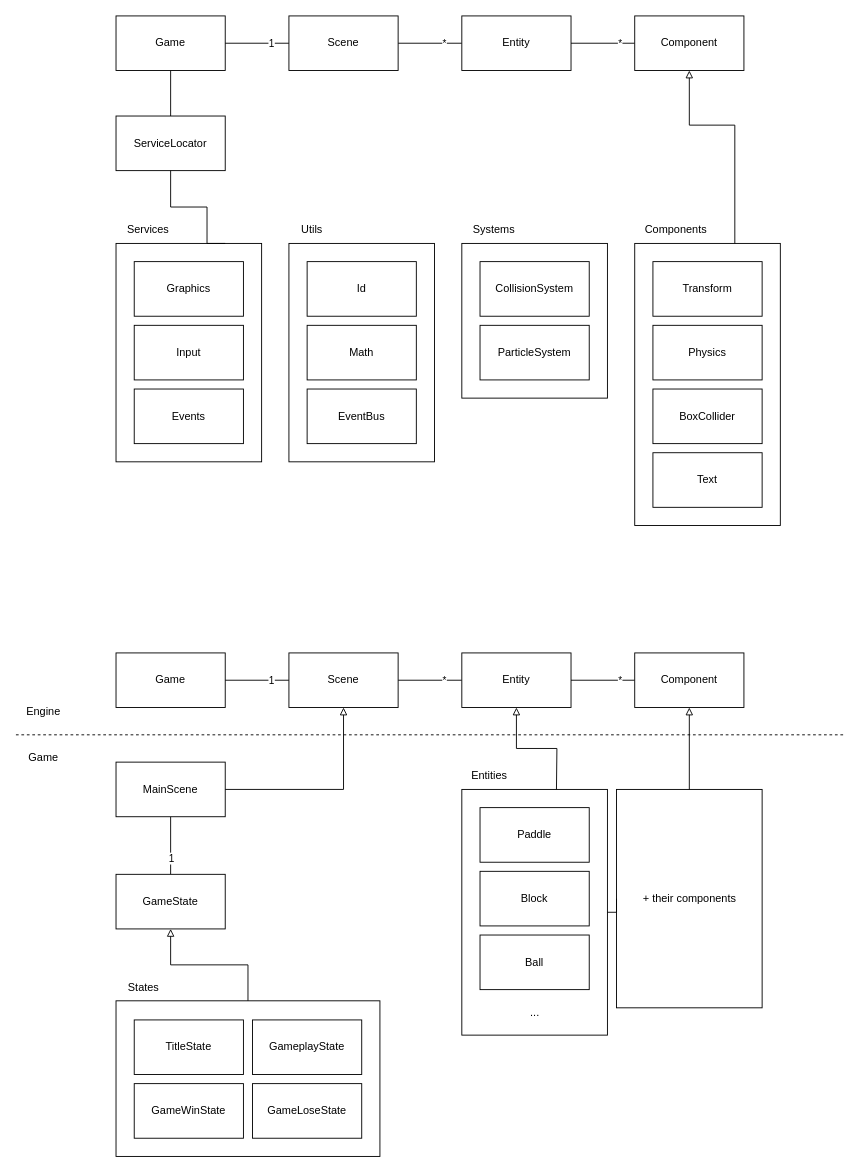
The draw.io diagram docs/game.drawio in lmalmber/breakout, before the edit. Source tidied: cells renumbered, new cells numbered last; positions are measured from the earlier drawing's top-left corner, leaving out a move shared by most shapes. Both pictures are drawn from the tidied source at 91%, with x=0, y=0 at pixel (15, 15).
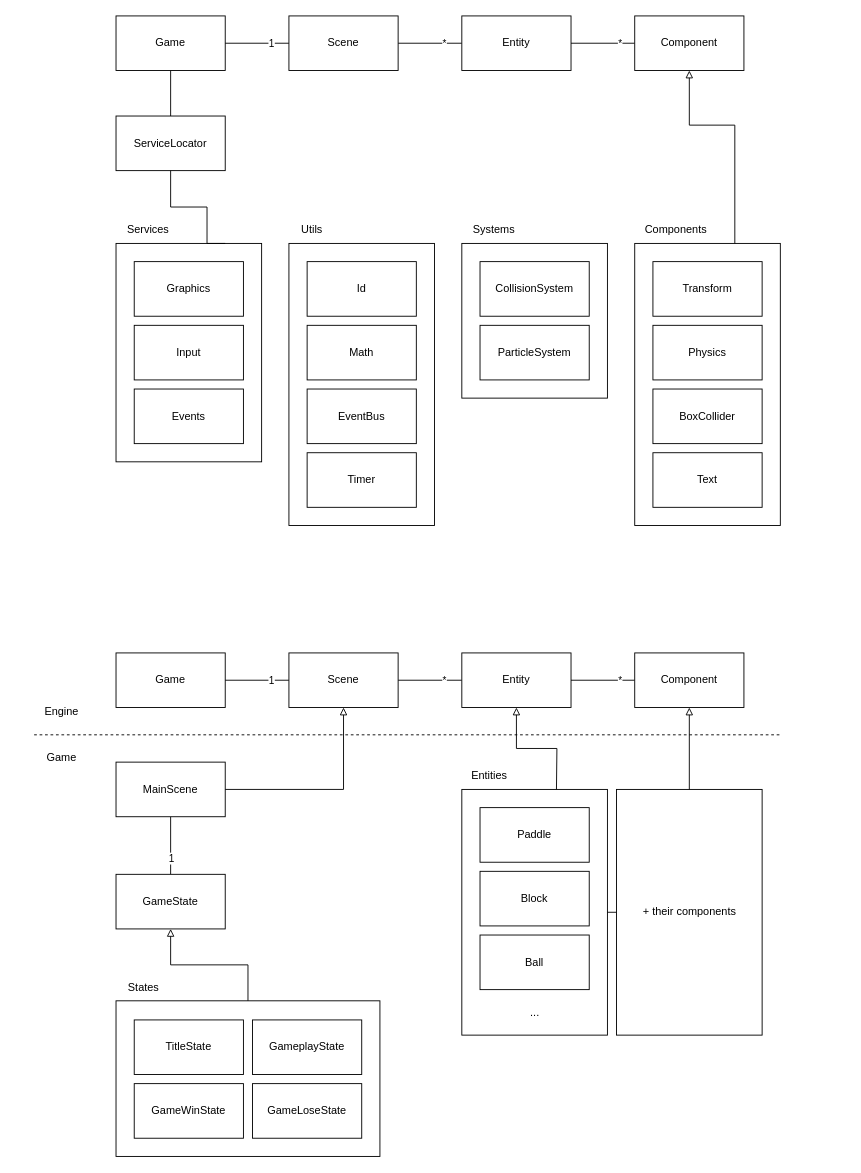
The same diagram, later.

What changed in the source:
```diff
@@
     <mxCell id="4" style="rounded=0;whiteSpace=wrap;html=1;gradientColor=none;fillColor=none;" parent="1" vertex="1">
-      <mxGeometry x="660" y="850" width="160" height="240" as="geometry" />
+      <mxGeometry x="660" y="850" width="160" height="270" as="geometry" />
     </mxCell>
@@
     <mxCell id="9" style="rounded=0;whiteSpace=wrap;html=1;gradientColor=none;fillColor=none;" parent="1" vertex="1">
-      <mxGeometry x="300" y="250" width="160" height="240" as="geometry" />
+      <mxGeometry x="300" y="250" width="160" height="310" as="geometry" />
     </mxCell>
@@
     <mxCell id="53" style="endArrow=none;dashed=1;html=1;rounded=0;" parent="1" edge="1">
       <mxGeometry relative="1" as="geometry">
-        <mxPoint y="790" as="sourcePoint" />
-        <mxPoint x="910" y="790" as="targetPoint" />
+        <mxPoint x="20" y="790" as="sourcePoint" />
+        <mxPoint x="840" y="790" as="targetPoint" />
       </mxGeometry>
     </mxCell>
     <mxCell id="54" value="Engine" style="text;html=1;align=center;verticalAlign=middle;strokeColor=none;fillColor=none;" parent="1" vertex="1">
-      <mxGeometry y="750" width="60" height="30" as="geometry" />
+      <mxGeometry x="20" y="750" width="60" height="30" as="geometry" />
     </mxCell>
     <mxCell id="55" value="Game" style="text;html=1;align=center;verticalAlign=middle;strokeColor=none;fillColor=none;" parent="1" vertex="1">
-      <mxGeometry y="800" width="60" height="30" as="geometry" />
+      <mxGeometry x="20" y="800" width="60" height="30" as="geometry" />
     </mxCell>
@@
     <mxCell id="66" value="+ their components" style="text;html=1;align=center;verticalAlign=middle;strokeColor=none;fillColor=none;" parent="1" vertex="1">
-      <mxGeometry x="675" y="955" width="130" height="30" as="geometry" />
+      <mxGeometry x="675" y="970" width="130" height="30" as="geometry" />
     </mxCell>
@@
+    <mxCell id="72" value="Timer" style="rounded=0;whiteSpace=wrap;html=1;" parent="1" vertex="1">
+      <mxGeometry x="320" y="480" width="120" height="60" as="geometry" />
+    </mxCell>
```
